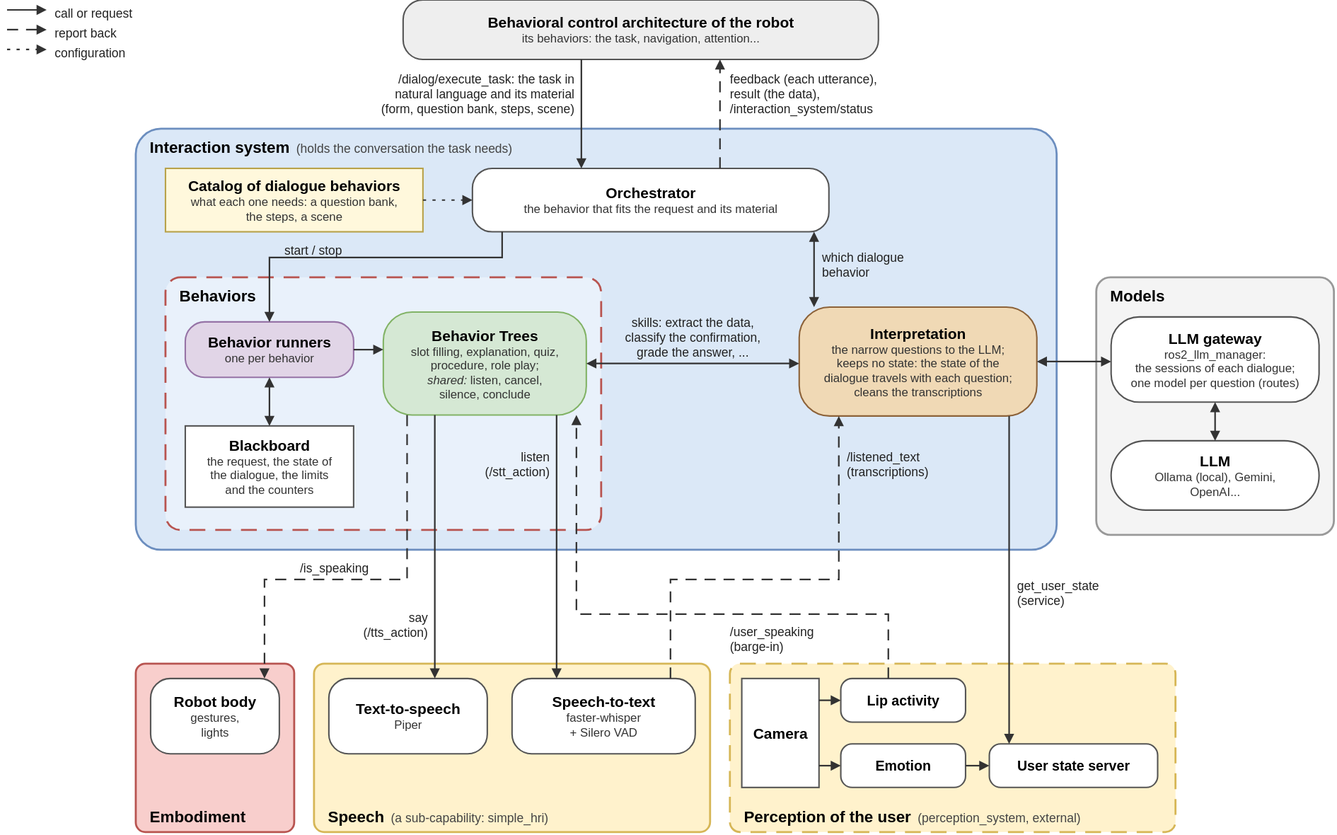
This is media/interaction_system_architecture.drawio.svg from geriabot/interaction_system, a draw.io export, as it was before one commit. Source tidied: cells renumbered, new cells last; positions are measured from the earlier drawing's top-left corner, leaving out a move shared by most shapes.
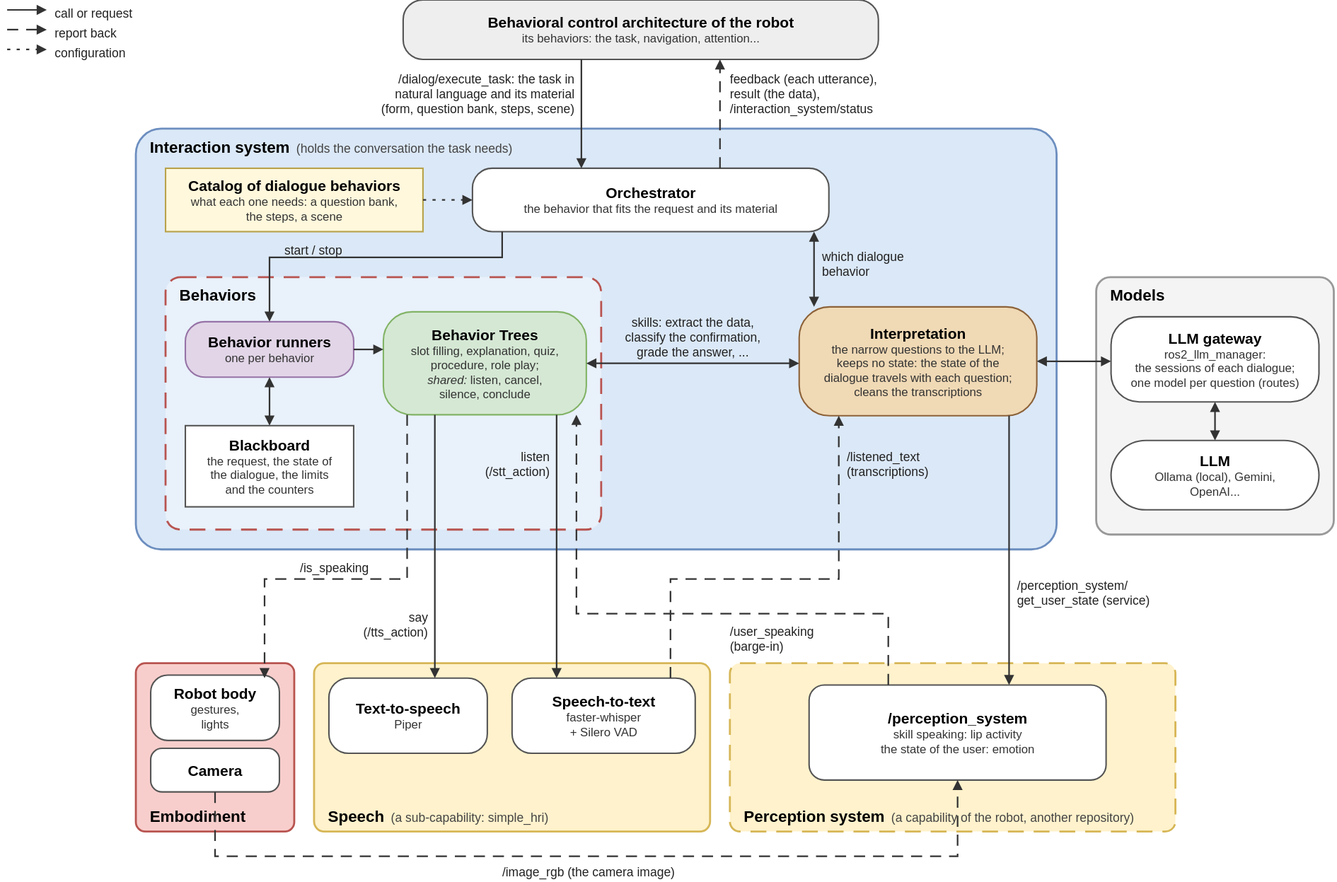
After the change.

Commit message:
Docs: the figures with the perception system outside of the system

The architecture figure shows the perception system as a capability of the
robot in another repository, with the camera on the robot's side and the
requests the interaction system makes; in the layered figure, perception is
a capability the interaction system uses.

Change to the diagram source:
```diff
@@ -42,7 +42,7 @@
       <mxGeometry x="130" y="670" width="160" height="170" as="geometry" />
     </mxCell>
     <mxCell id="15" value="&lt;b style=&quot;font-size:15px&quot;&gt;Robot body&lt;/b&gt;&lt;br&gt;&lt;span style=&quot;font-size:12px;color:#333333&quot;&gt;gestures,&lt;/span&gt;&lt;br&gt;&lt;span style=&quot;font-size:12px;color:#333333&quot;&gt;lights&lt;/span&gt;" style="rounded=1;arcSize=26;whiteSpace=wrap;html=1;fillColor=#ffffff;strokeColor=#555555;strokeWidth=1.5;fontFamily=Helvetica;verticalAlign=middle;" parent="1" vertex="1">
-      <mxGeometry x="145" y="685" width="130" height="76" as="geometry" />
+      <mxGeometry x="145" y="682" width="130" height="66" as="geometry" />
     </mxCell>
     <mxCell id="16" value="&lt;b style=&quot;font-size:16px&quot;&gt;Speech&lt;/b&gt;&amp;nbsp;&amp;nbsp;&lt;span style=&quot;font-size:12.5px;color:#444444&quot;&gt;(a sub-capability: simple_hri)&lt;/span&gt;" style="rounded=1;arcSize=6;whiteSpace=wrap;html=1;fillColor=#fff2cc;strokeColor=#d6b656;strokeWidth=2;fontFamily=Helvetica;verticalAlign=top;align=left;spacingLeft=12;spacingTop=2;verticalAlign=bottom;spacingBottom=4;" parent="1" vertex="1">
       <mxGeometry x="310" y="670" width="400" height="170" as="geometry" />
@@ -53,21 +53,15 @@
     <mxCell id="18" value="&lt;b style=&quot;font-size:15px&quot;&gt;Speech-to-text&lt;/b&gt;&lt;br&gt;&lt;span style=&quot;font-size:12px;color:#333333&quot;&gt;faster-whisper&lt;/span&gt;&lt;br&gt;&lt;span style=&quot;font-size:12px;color:#333333&quot;&gt;+ Silero VAD&lt;/span&gt;" style="rounded=1;arcSize=26;whiteSpace=wrap;html=1;fillColor=#ffffff;strokeColor=#555555;strokeWidth=1.5;fontFamily=Helvetica;verticalAlign=middle;" parent="1" vertex="1">
       <mxGeometry x="510" y="685" width="185" height="76" as="geometry" />
     </mxCell>
-    <mxCell id="19" value="&lt;b style=&quot;font-size:16px&quot;&gt;Perception of the user&lt;/b&gt;&amp;nbsp;&amp;nbsp;&lt;span style=&quot;font-size:12.5px;color:#444444&quot;&gt;(perception_system, external)&lt;/span&gt;" style="rounded=1;arcSize=6;whiteSpace=wrap;html=1;fillColor=#fff2cc;strokeColor=#d6b656;strokeWidth=2;fontFamily=Helvetica;verticalAlign=top;align=left;spacingLeft=12;spacingTop=2;verticalAlign=bottom;spacingBottom=4;dashed=1;dashPattern=8 5;" parent="1" vertex="1">
+    <mxCell id="19" value="&lt;b style=&quot;font-size:16px&quot;&gt;Perception system&lt;/b&gt;&amp;nbsp;&amp;nbsp;&lt;span style=&quot;font-size:12.5px;color:#444444&quot;&gt;(a capability of the robot, another repository)&lt;/span&gt;" style="rounded=1;arcSize=6;whiteSpace=wrap;html=1;fillColor=#fff2cc;strokeColor=#d6b656;strokeWidth=2;fontFamily=Helvetica;verticalAlign=top;align=left;spacingLeft=12;spacingTop=2;verticalAlign=bottom;spacingBottom=4;dashed=1;dashPattern=8 5;" parent="1" vertex="1">
       <mxGeometry x="730" y="670" width="450" height="170" as="geometry" />
     </mxCell>
+    <mxCell id="60" value="&lt;b style=&quot;font-size:15px&quot;&gt;/perception_system&lt;/b&gt;&lt;br&gt;&lt;span style=&quot;font-size:12px;color:#333333&quot;&gt;skill speaking: lip activity&lt;/span&gt;&lt;br&gt;&lt;span style=&quot;font-size:12px;color:#333333&quot;&gt;the state of the user: emotion&lt;/span&gt;" style="rounded=1;arcSize=16;whiteSpace=wrap;html=1;fillColor=#ffffff;strokeColor=#555555;strokeWidth=1.5;fontFamily=Helvetica;verticalAlign=middle;" parent="1" vertex="1">
+      <mxGeometry x="810" y="692" width="300" height="96" as="geometry" />
+    </mxCell>
-    <mxCell id="20" value="&lt;b style=&quot;font-size:15px&quot;&gt;Camera&lt;/b&gt;" style="rounded=0;whiteSpace=wrap;html=1;fillColor=#ffffff;strokeColor=#555555;strokeWidth=1.5;fontFamily=Helvetica;verticalAlign=middle;" parent="1" vertex="1">
-      <mxGeometry x="742" y="685" width="78" height="110" as="geometry" />
+    <mxCell id="20" value="&lt;b style=&quot;font-size:15px&quot;&gt;Camera&lt;/b&gt;" style="rounded=1;arcSize=26;whiteSpace=wrap;html=1;fillColor=#ffffff;strokeColor=#555555;strokeWidth=1.5;fontFamily=Helvetica;verticalAlign=middle;" parent="1" vertex="1">
+      <mxGeometry x="145" y="756" width="130" height="44" as="geometry" />
     </mxCell>
-    <mxCell id="21" value="&lt;b style=&quot;font-size:14px&quot;&gt;Lip activity&lt;/b&gt;" style="rounded=1;arcSize=26;whiteSpace=wrap;html=1;fillColor=#ffffff;strokeColor=#555555;strokeWidth=1.5;fontFamily=Helvetica;verticalAlign=middle;" parent="1" vertex="1">
-      <mxGeometry x="842" y="685" width="126" height="44" as="geometry" />
-    </mxCell>
-    <mxCell id="22" value="&lt;b style=&quot;font-size:14px&quot;&gt;Emotion&lt;/b&gt;" style="rounded=1;arcSize=26;whiteSpace=wrap;html=1;fillColor=#ffffff;strokeColor=#555555;strokeWidth=1.5;fontFamily=Helvetica;verticalAlign=middle;" parent="1" vertex="1">
-      <mxGeometry x="842" y="751" width="126" height="44" as="geometry" />
-    </mxCell>
-    <mxCell id="23" value="&lt;b style=&quot;font-size:14px&quot;&gt;User state server&lt;/b&gt;" style="rounded=1;arcSize=26;whiteSpace=wrap;html=1;fillColor=#ffffff;strokeColor=#555555;strokeWidth=1.5;fontFamily=Helvetica;verticalAlign=middle;" parent="1" vertex="1">
-      <mxGeometry x="992" y="751" width="170" height="44" as="geometry" />
-    </mxCell>
     <mxCell id="24" style="endArrow=block;endFill=1;endSize=6;html=1;strokeColor=#333333;strokeWidth=1.6;rounded=0;edgeStyle=none;startArrow=none;" parent="1" edge="1">
       <mxGeometry relative="1" as="geometry">
         <mxPoint x="580" y="60" as="sourcePoint" />
@@ -193,7 +187,7 @@
     </mxCell>
     <mxCell id="47" style="endArrow=block;endFill=1;endSize=6;html=1;strokeColor=#333333;strokeWidth=1.6;rounded=0;edgeStyle=none;startArrow=none;dashed=1;dashPattern=7 5;" parent="1" edge="1">
       <mxGeometry relative="1" as="geometry">
-        <mxPoint x="890" y="685" as="sourcePoint" />
+        <mxPoint x="890" y="692" as="sourcePoint" />
         <mxPoint x="575" y="419" as="targetPoint" />
         <Array as="points">
           <mxPoint x="890" y="620" />
@@ -207,30 +201,25 @@
     <mxCell id="49" style="endArrow=block;endFill=1;endSize=6;html=1;strokeColor=#333333;strokeWidth=1.6;rounded=0;edgeStyle=none;startArrow=none;" parent="1" edge="1">
       <mxGeometry relative="1" as="geometry">
         <mxPoint x="1012" y="420" as="sourcePoint" />
-        <mxPoint x="1012" y="751" as="targetPoint" />
+        <mxPoint x="1012" y="692" as="targetPoint" />
       </mxGeometry>
     </mxCell>
-    <mxCell id="50" value="get_user_state&lt;br&gt;(service)" style="text;html=1;align=left;verticalAlign=top;fontSize=12.5;fontFamily=Helvetica;fontColor=#222222;spacing=0;" parent="1" vertex="1">
-      <mxGeometry x="1020" y="580" width="110" height="34" as="geometry" />
+    <mxCell id="50" value="/perception_system/&lt;br&gt;get_user_state (service)" style="text;html=1;align=left;verticalAlign=top;fontSize=12.5;fontFamily=Helvetica;fontColor=#222222;spacing=0;" parent="1" vertex="1">
+      <mxGeometry x="1020" y="580" width="160" height="34" as="geometry" />
     </mxCell>
-    <mxCell id="51" style="endArrow=block;endFill=1;endSize=6;html=1;strokeColor=#333333;strokeWidth=1.6;rounded=0;edgeStyle=none;startArrow=none;" parent="1" edge="1">
-      <mxGeometry relative="1" as="geometry">
-        <mxPoint x="820" y="707" as="sourcePoint" />
-        <mxPoint x="842" y="707" as="targetPoint" />
-      </mxGeometry>
-    </mxCell>
-    <mxCell id="52" style="endArrow=block;endFill=1;endSize=6;html=1;strokeColor=#333333;strokeWidth=1.6;rounded=0;edgeStyle=none;startArrow=none;" parent="1" edge="1">
-      <mxGeometry relative="1" as="geometry">
-        <mxPoint x="820" y="773" as="sourcePoint" />
-        <mxPoint x="842" y="773" as="targetPoint" />
-      </mxGeometry>
-    </mxCell>
-    <mxCell id="53" style="endArrow=block;endFill=1;endSize=6;html=1;strokeColor=#333333;strokeWidth=1.6;rounded=0;edgeStyle=none;startArrow=none;" parent="1" edge="1">
-      <mxGeometry relative="1" as="geometry">
-        <mxPoint x="968" y="773" as="sourcePoint" />
-        <mxPoint x="992" y="773" as="targetPoint" />
-      </mxGeometry>
-    </mxCell>
+    <mxCell id="61" style="endArrow=block;endFill=1;endSize=6;html=1;strokeColor=#333333;strokeWidth=1.6;rounded=0;edgeStyle=none;startArrow=none;dashed=1;dashPattern=7 5;" parent="1" edge="1">
+      <mxGeometry relative="1" as="geometry">
+        <mxPoint x="210" y="800" as="sourcePoint" />
+        <mxPoint x="960" y="788" as="targetPoint" />
+        <Array as="points">
+          <mxPoint x="210" y="865" />
+          <mxPoint x="960" y="865" />
+        </Array>
+      </mxGeometry>
+    </mxCell>
+    <mxCell id="62" value="/image_rgb (the camera image)" style="text;html=1;align=left;verticalAlign=top;fontSize=12.5;fontFamily=Helvetica;fontColor=#222222;spacing=0;" parent="1" vertex="1">
+      <mxGeometry x="500" y="869" width="170" height="19" as="geometry" />
+    </mxCell>
     <mxCell id="54" style="endArrow=block;endFill=1;endSize=6;html=1;strokeColor=#333333;strokeWidth=1.6;rounded=0;edgeStyle=none;startArrow=none;" parent="1" edge="1">
       <mxGeometry relative="1" as="geometry">
         <mxPoint y="10" as="sourcePoint" />
```
